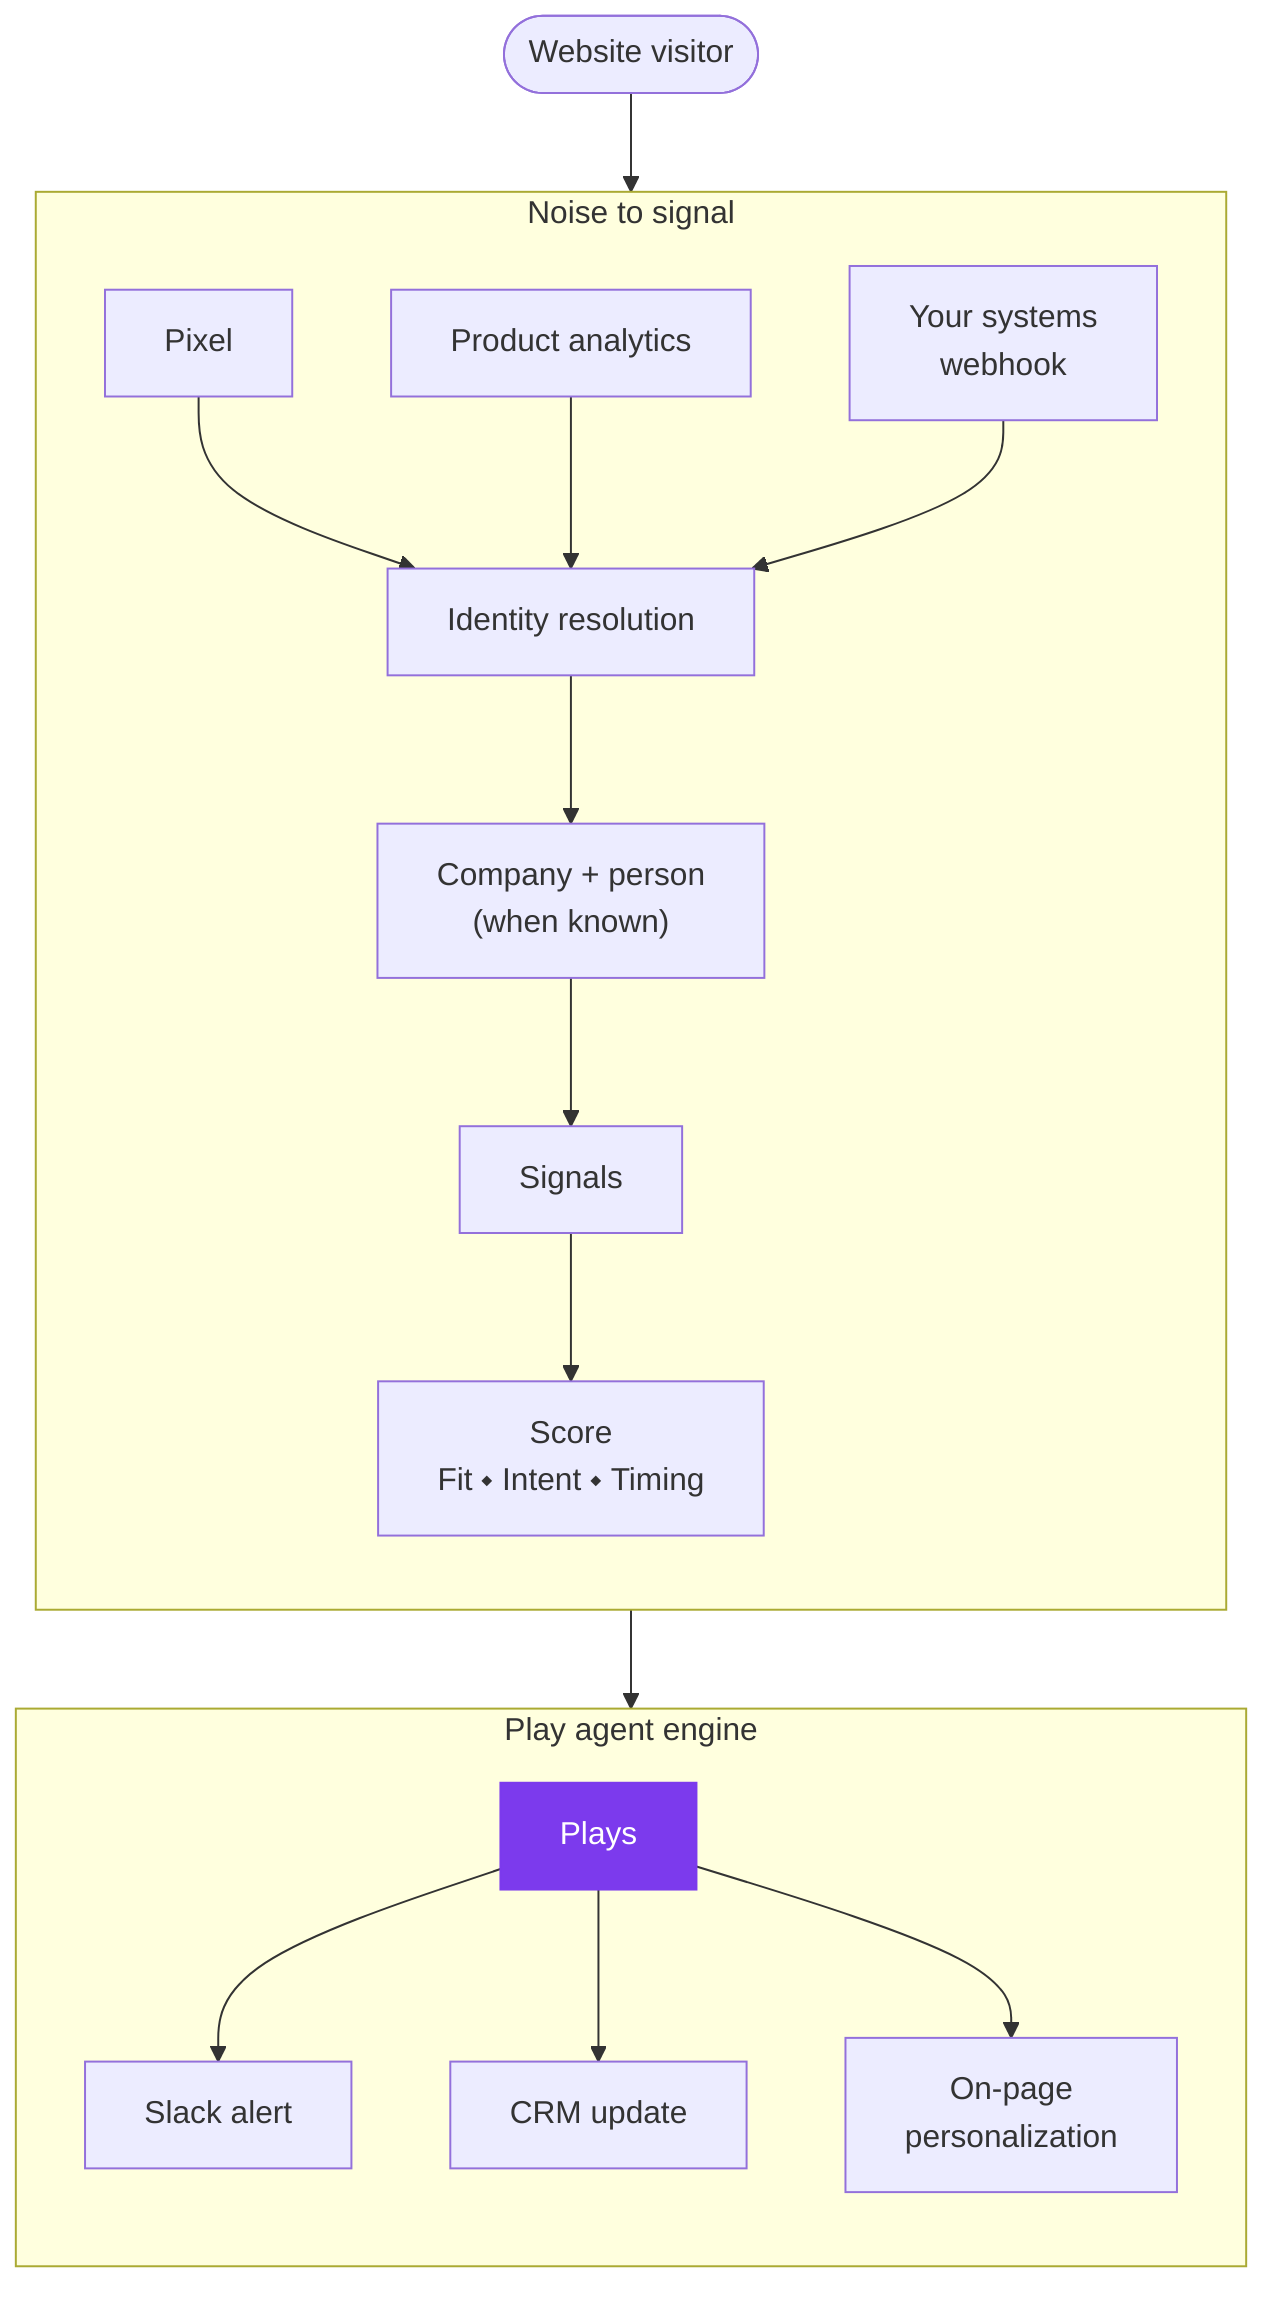
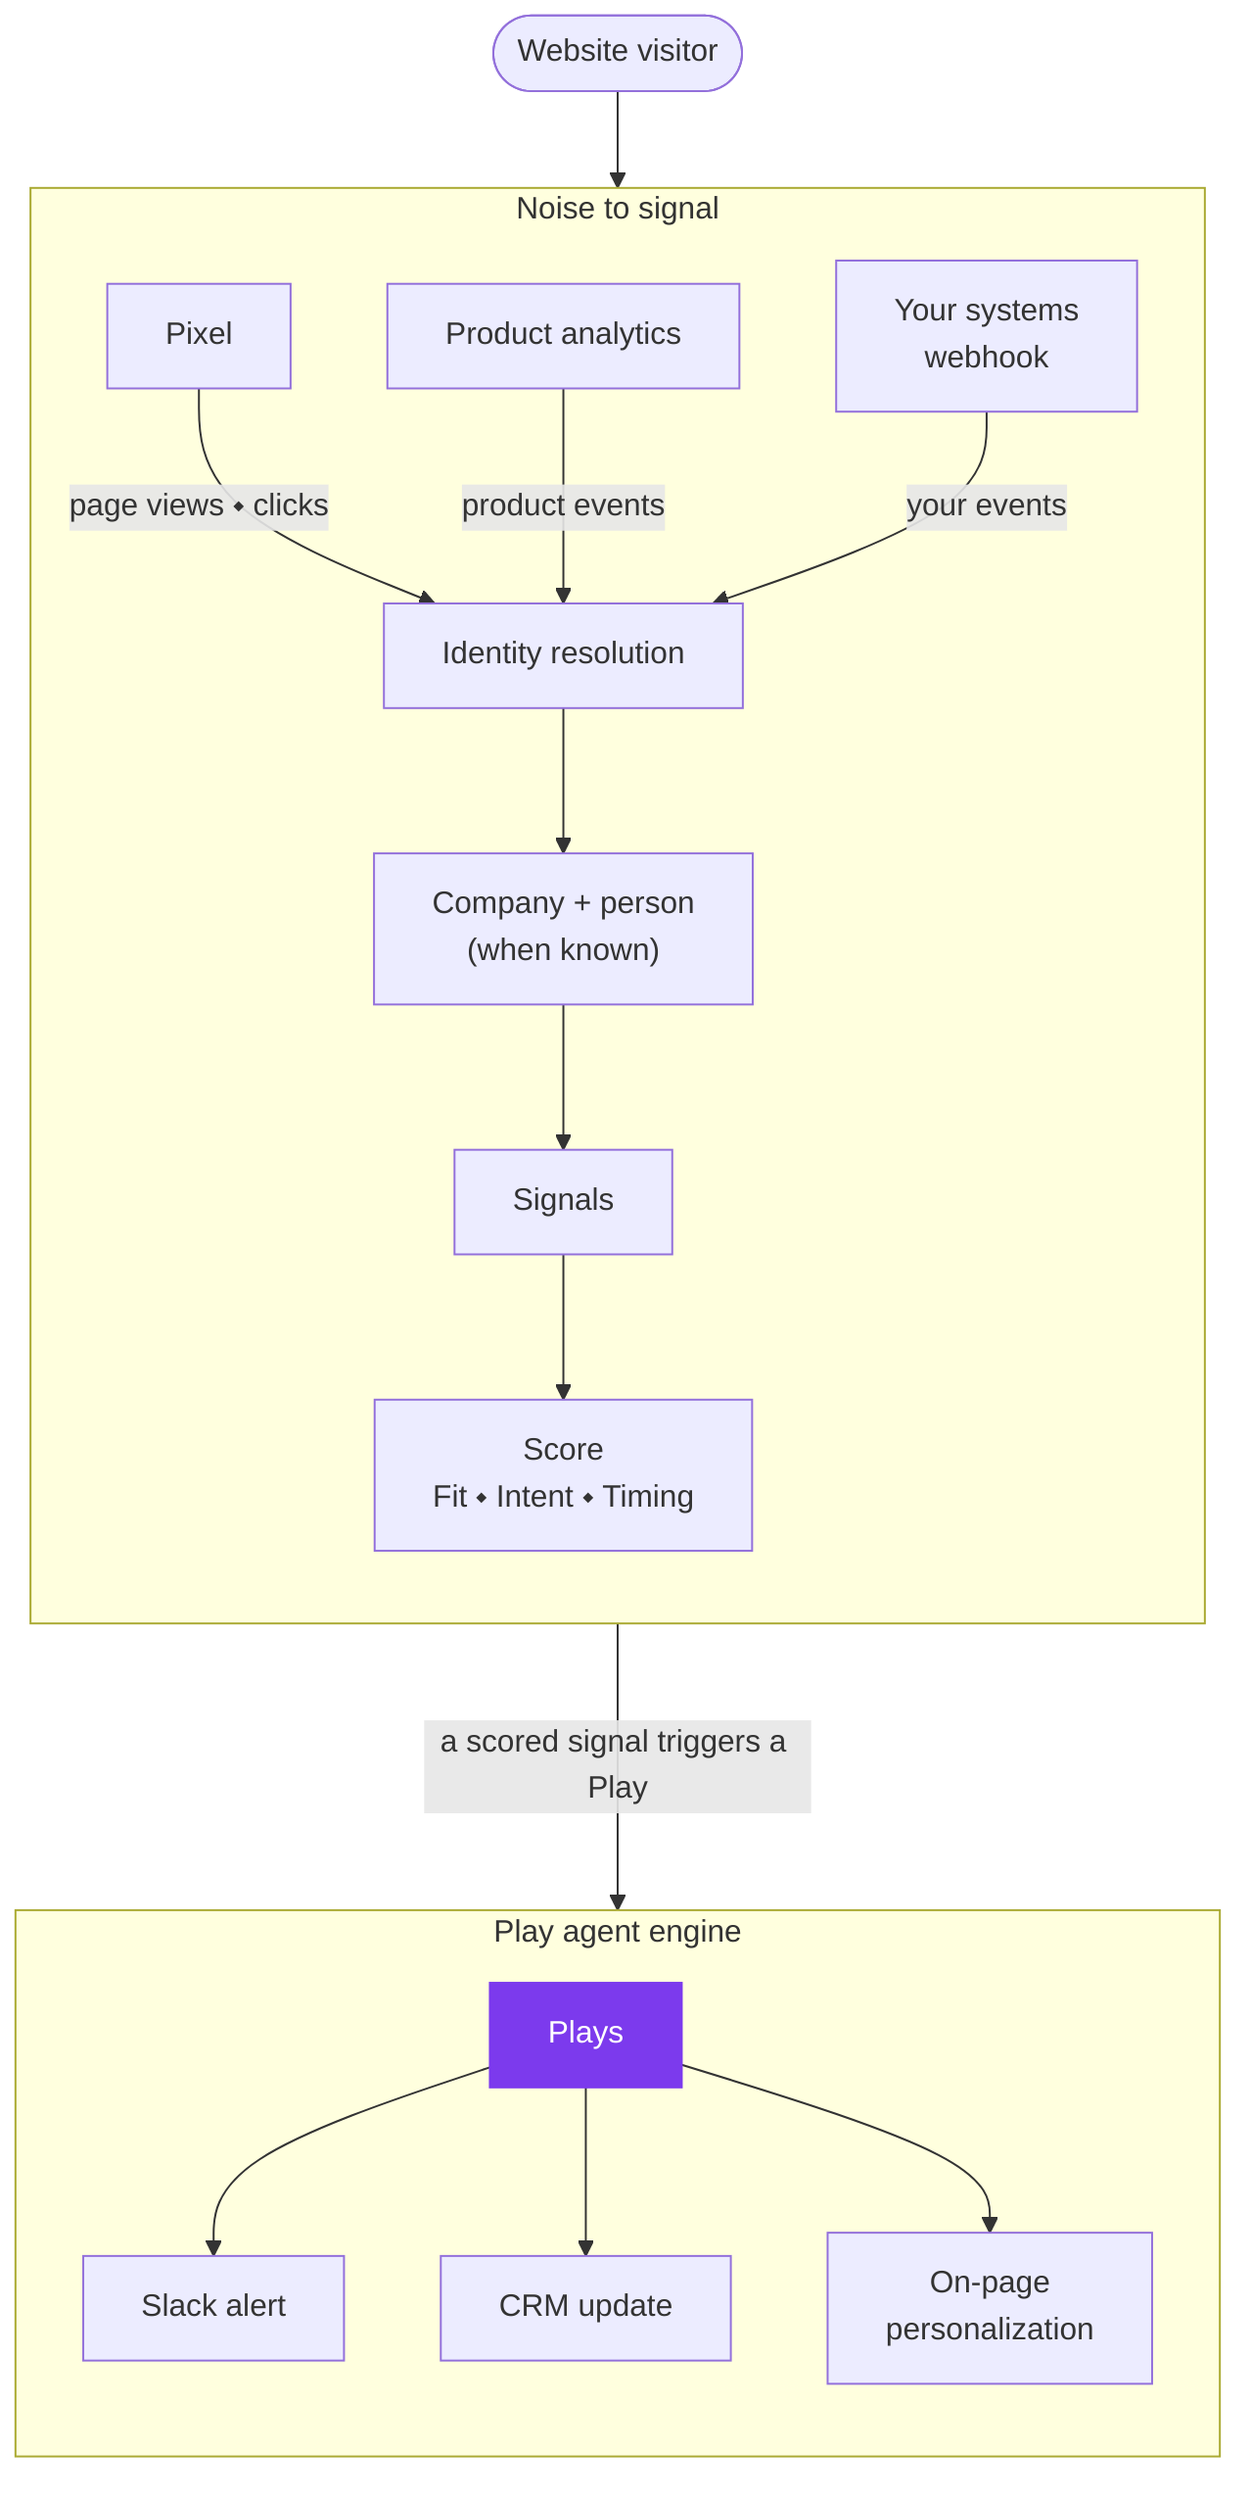
flowchart TB
    V([Website visitor]) --> P
    subgraph NS ["Noise to signal"]
        direction TB
-         P[Pixel] --> ID[Identity resolution]
-         PH[Product analytics] --> ID
-         WH[Your systems<br/>webhook] --> ID
+         P[Pixel] -->|"page views ⬩ clicks"| ID[Identity resolution]
+         PH[Product analytics] -->|"product events"| ID
+         WH[Your systems<br/>webhook] -->|"your events"| ID
        ID --> CO["Company + person<br/>(when known)"]
        CO --> S[Signals]
        S --> SC["Score<br/>Fit&nbsp;⬩&nbsp;Intent&nbsp;⬩&nbsp;Timing"]
    end
    subgraph PE ["Play agent engine"]
        direction TB
        PL[Plays]:::accent --> O1[Slack alert]
        PL --> O2[CRM update]
        PL --> O3[On-page<br/>personalization]
    end
-     SC --> PL
+     SC --->|"a scored signal triggers a Play"| PL
    classDef accent fill:#7C3AED,stroke:#7C3AED,color:#FFFFFF
